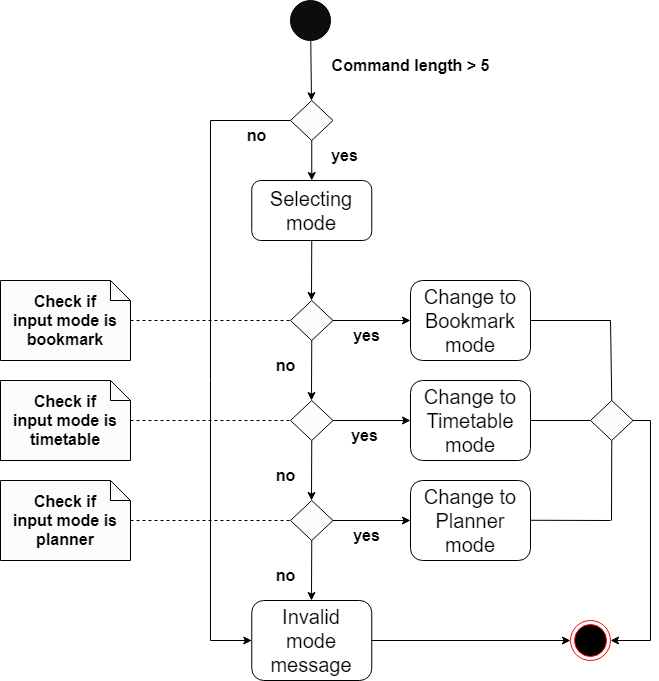
The draw.io diagram docs/diagrams/activity diagram change mode command.png in nus-cs2113-AY2021S1/tp, before a commit. Source tidied: cells renumbered, new cells last; positions are measured from the earlier drawing's top-left corner, leaving out a move shared by most shapes. Its diagram source:
```xml
<mxGraphModel>
  <root>
    <mxCell id="0" />
    <mxCell id="1" parent="0" />
    <mxCell id="2" style="ellipse;whiteSpace=wrap;html=1;strokeColor=#000000;fillColor=#0D0D0D;" parent="1" vertex="1">
      <mxGeometry x="290" width="40" height="40" as="geometry" />
    </mxCell>
    <mxCell id="3" style="rhombus;whiteSpace=wrap;html=1;strokeColor=#000000;fillColor=#FCFCFC;" parent="1" vertex="1">
      <mxGeometry x="290" y="100" width="42.5" height="40" as="geometry" />
    </mxCell>
    <mxCell id="4" style="endArrow=classic;html=1;" parent="1" edge="1" source="2" target="3">
      <mxGeometry relative="1" as="geometry" />
    </mxCell>
    <mxCell id="5" value="Command length &amp;gt; 5" style="text;strokeColor=none;fillColor=none;html=1;fontSize=16;fontStyle=1;verticalAlign=middle;align=center;" parent="1" vertex="1">
      <mxGeometry x="320" y="50" width="180" height="30" as="geometry" />
    </mxCell>
    <mxCell id="6" style="endArrow=none;html=1;fontSize=16;exitX=0;exitY=0.5;exitDx=0;exitDy=0;" parent="1" edge="1" source="3">
      <mxGeometry relative="1" as="geometry">
        <mxPoint x="210" y="120" as="targetPoint" />
      </mxGeometry>
    </mxCell>
    <mxCell id="7" value="yes" style="text;strokeColor=none;fillColor=none;html=1;fontSize=16;fontStyle=1;verticalAlign=middle;align=center;" parent="1" vertex="1">
      <mxGeometry x="310" y="140" width="67.5" height="30" as="geometry" />
    </mxCell>
    <mxCell id="8" style="endArrow=classic;html=1;fontSize=16;exitX=0.5;exitY=1;exitDx=0;exitDy=0;" parent="1" edge="1" source="3" target="9">
      <mxGeometry relative="1" as="geometry" />
    </mxCell>
    <mxCell id="9" value="&lt;font style=&quot;font-size: 20px&quot;&gt;Selecting&lt;br&gt;mode&lt;/font&gt;" style="rounded=1;whiteSpace=wrap;html=1;" parent="1" vertex="1">
      <mxGeometry x="251.2" y="180" width="120" height="60" as="geometry" />
    </mxCell>
    <mxCell id="10" style="endArrow=classic;html=1;fontSize=16;exitX=0.5;exitY=1;exitDx=0;exitDy=0;" parent="1" edge="1" source="9">
      <mxGeometry relative="1" as="geometry">
        <mxPoint x="311" y="300" as="targetPoint" />
      </mxGeometry>
    </mxCell>
    <mxCell id="11" style="rhombus;whiteSpace=wrap;html=1;strokeColor=#000000;fillColor=#FCFCFC;" parent="1" vertex="1">
      <mxGeometry x="290" y="300" width="42.5" height="40" as="geometry" />
    </mxCell>
    <mxCell id="12" style="endArrow=classic;html=1;fontSize=16;exitX=1;exitY=0.5;exitDx=0;exitDy=0;" parent="1" edge="1" source="11">
      <mxGeometry relative="1" as="geometry">
        <mxPoint x="410" y="320" as="targetPoint" />
      </mxGeometry>
    </mxCell>
    <mxCell id="13" value="&lt;span style=&quot;font-size: 20px&quot;&gt;Change to&lt;br&gt;&lt;/span&gt;&lt;font style=&quot;font-size: 20px&quot;&gt;Bookmark mode&lt;/font&gt;" style="rounded=1;whiteSpace=wrap;html=1;" parent="1" vertex="1">
      <mxGeometry x="410" y="280" width="120" height="80" as="geometry" />
    </mxCell>
    <mxCell id="14" style="endArrow=classic;html=1;fontSize=16;exitX=0.5;exitY=1;exitDx=0;exitDy=0;" parent="1" edge="1">
      <mxGeometry relative="1" as="geometry">
        <mxPoint x="311.2" y="340" as="sourcePoint" />
        <mxPoint x="311" y="400" as="targetPoint" />
      </mxGeometry>
    </mxCell>
    <mxCell id="15" style="rhombus;whiteSpace=wrap;html=1;strokeColor=#000000;fillColor=#FCFCFC;" parent="1" vertex="1">
      <mxGeometry x="290" y="400" width="42.5" height="40" as="geometry" />
    </mxCell>
    <mxCell id="16" style="endArrow=classic;html=1;fontSize=16;exitX=1;exitY=0.5;exitDx=0;exitDy=0;" parent="1" edge="1" source="15">
      <mxGeometry relative="1" as="geometry">
        <mxPoint x="410" y="420" as="targetPoint" />
      </mxGeometry>
    </mxCell>
    <mxCell id="17" value="&lt;span style=&quot;font-size: 20px&quot;&gt;Change to&lt;br&gt;&lt;/span&gt;&lt;font style=&quot;font-size: 20px&quot;&gt;Timetable mode&lt;/font&gt;" style="rounded=1;whiteSpace=wrap;html=1;" parent="1" vertex="1">
      <mxGeometry x="410" y="380" width="120" height="80" as="geometry" />
    </mxCell>
    <mxCell id="18" style="endArrow=classic;html=1;fontSize=16;exitX=0.5;exitY=1;exitDx=0;exitDy=0;" parent="1" edge="1">
      <mxGeometry relative="1" as="geometry">
        <mxPoint x="311.2" y="440" as="sourcePoint" />
        <mxPoint x="311" y="500" as="targetPoint" />
      </mxGeometry>
    </mxCell>
    <mxCell id="19" style="rhombus;whiteSpace=wrap;html=1;strokeColor=#000000;fillColor=#FCFCFC;" parent="1" vertex="1">
      <mxGeometry x="290" y="500" width="42.5" height="40" as="geometry" />
    </mxCell>
    <mxCell id="20" style="endArrow=classic;html=1;fontSize=16;exitX=1;exitY=0.5;exitDx=0;exitDy=0;" parent="1" edge="1" source="19">
      <mxGeometry relative="1" as="geometry">
        <mxPoint x="410" y="520" as="targetPoint" />
      </mxGeometry>
    </mxCell>
    <mxCell id="21" value="&lt;span style=&quot;font-size: 20px&quot;&gt;Change to&lt;br&gt;&lt;/span&gt;&lt;font style=&quot;font-size: 20px&quot;&gt;Planner mode&lt;/font&gt;" style="rounded=1;whiteSpace=wrap;html=1;" parent="1" vertex="1">
      <mxGeometry x="410" y="480" width="120" height="80" as="geometry" />
    </mxCell>
    <mxCell id="22" value="&lt;span style=&quot;font-weight: 700&quot;&gt;Check if&lt;br&gt;input mode is bookmark&lt;/span&gt;" style="shape=note;size=20;whiteSpace=wrap;html=1;strokeColor=#000000;fillColor=#FCFCFC;fontSize=16;" parent="1" vertex="1">
      <mxGeometry y="280" width="130" height="80" as="geometry" />
    </mxCell>
    <mxCell id="23" style="endArrow=none;dashed=1;html=1;fontSize=16;entryX=0;entryY=0.5;entryDx=0;entryDy=0;" parent="1" edge="1" source="22" target="11">
      <mxGeometry relative="1" as="geometry" />
    </mxCell>
    <mxCell id="24" value="&lt;span style=&quot;font-weight: 700&quot;&gt;Check if&lt;br&gt;input mode is timetable&lt;/span&gt;" style="shape=note;size=20;whiteSpace=wrap;html=1;strokeColor=#000000;fillColor=#FCFCFC;fontSize=16;" parent="1" vertex="1">
      <mxGeometry y="380" width="130" height="80" as="geometry" />
    </mxCell>
    <mxCell id="25" style="endArrow=none;dashed=1;html=1;fontSize=16;entryX=0;entryY=0.5;entryDx=0;entryDy=0;" parent="1" edge="1" source="24">
      <mxGeometry relative="1" as="geometry">
        <mxPoint x="290" y="420" as="targetPoint" />
      </mxGeometry>
    </mxCell>
    <mxCell id="26" value="&lt;span style=&quot;font-weight: 700&quot;&gt;Check if&lt;br&gt;input mode is planner&lt;/span&gt;" style="shape=note;size=20;whiteSpace=wrap;html=1;strokeColor=#000000;fillColor=#FCFCFC;fontSize=16;" parent="1" vertex="1">
      <mxGeometry y="480" width="130" height="80" as="geometry" />
    </mxCell>
    <mxCell id="27" style="endArrow=none;dashed=1;html=1;fontSize=16;entryX=0;entryY=0.5;entryDx=0;entryDy=0;" parent="1" edge="1" source="26">
      <mxGeometry relative="1" as="geometry">
        <mxPoint x="290" y="520" as="targetPoint" />
      </mxGeometry>
    </mxCell>
    <mxCell id="28" value="yes" style="text;strokeColor=none;fillColor=none;html=1;fontSize=16;fontStyle=1;verticalAlign=middle;align=center;" parent="1" vertex="1">
      <mxGeometry x="332.5" y="320" width="67.5" height="30" as="geometry" />
    </mxCell>
    <mxCell id="29" value="yes" style="text;strokeColor=none;fillColor=none;html=1;fontSize=16;fontStyle=1;verticalAlign=middle;align=center;" parent="1" vertex="1">
      <mxGeometry x="330" y="420" width="67.5" height="30" as="geometry" />
    </mxCell>
    <mxCell id="30" value="yes" style="text;strokeColor=none;fillColor=none;html=1;fontSize=16;fontStyle=1;verticalAlign=middle;align=center;" parent="1" vertex="1">
      <mxGeometry x="332.5" y="520" width="67.5" height="30" as="geometry" />
    </mxCell>
    <mxCell id="31" value="no" style="text;strokeColor=none;fillColor=none;html=1;fontSize=16;fontStyle=1;verticalAlign=middle;align=center;" parent="1" vertex="1">
      <mxGeometry x="251.2" y="350" width="67.5" height="30" as="geometry" />
    </mxCell>
    <mxCell id="32" value="no" style="text;strokeColor=none;fillColor=none;html=1;fontSize=16;fontStyle=1;verticalAlign=middle;align=center;" parent="1" vertex="1">
      <mxGeometry x="251.2" y="460" width="67.5" height="30" as="geometry" />
    </mxCell>
    <mxCell id="33" style="endArrow=classic;html=1;fontSize=16;exitX=0.5;exitY=1;exitDx=0;exitDy=0;" parent="1" edge="1" source="19">
      <mxGeometry relative="1" as="geometry">
        <mxPoint x="311" y="600" as="targetPoint" />
      </mxGeometry>
    </mxCell>
    <mxCell id="34" value="no" style="text;strokeColor=none;fillColor=none;html=1;fontSize=16;fontStyle=1;verticalAlign=middle;align=center;" parent="1" vertex="1">
      <mxGeometry x="251.2" y="560" width="67.5" height="30" as="geometry" />
    </mxCell>
    <mxCell id="35" value="&lt;font style=&quot;font-size: 20px&quot;&gt;Invalid&lt;br&gt;mode&lt;br&gt;message&lt;/font&gt;" style="rounded=1;whiteSpace=wrap;html=1;" parent="1" vertex="1">
      <mxGeometry x="251.2" y="600" width="120" height="80" as="geometry" />
    </mxCell>
    <mxCell id="36" style="endArrow=none;html=1;fontSize=16;" parent="1" edge="1">
      <mxGeometry relative="1" as="geometry">
        <mxPoint x="210" y="640" as="sourcePoint" />
        <mxPoint x="210" y="120" as="targetPoint" />
      </mxGeometry>
    </mxCell>
    <mxCell id="37" style="endArrow=classic;html=1;fontSize=16;entryX=0;entryY=0.5;entryDx=0;entryDy=0;" parent="1" edge="1" target="35">
      <mxGeometry relative="1" as="geometry">
        <mxPoint x="210" y="640" as="sourcePoint" />
      </mxGeometry>
    </mxCell>
    <mxCell id="38" style="ellipse;html=1;shape=endState;fillColor=#000000;strokeColor=#ff0000;fontSize=16;" parent="1" vertex="1">
      <mxGeometry x="570" y="620" width="40" height="40" as="geometry" />
    </mxCell>
    <mxCell id="39" style="endArrow=classic;html=1;fontSize=16;exitX=1;exitY=0.5;exitDx=0;exitDy=0;" parent="1" edge="1" source="35">
      <mxGeometry relative="1" as="geometry">
        <mxPoint x="570" y="640" as="targetPoint" />
      </mxGeometry>
    </mxCell>
    <mxCell id="40" style="endArrow=none;html=1;fontSize=16;exitX=1;exitY=0.5;exitDx=0;exitDy=0;" parent="1" edge="1" source="13">
      <mxGeometry relative="1" as="geometry">
        <mxPoint x="610" y="320" as="targetPoint" />
      </mxGeometry>
    </mxCell>
    <mxCell id="41" style="endArrow=classic;html=1;fontSize=16;entryX=1;entryY=0.5;entryDx=0;entryDy=0;" parent="1" edge="1" target="38">
      <mxGeometry relative="1" as="geometry">
        <mxPoint x="650" y="640" as="sourcePoint" />
      </mxGeometry>
    </mxCell>
    <mxCell id="42" style="endArrow=none;html=1;fontSize=16;exitX=1;exitY=0.5;exitDx=0;exitDy=0;entryX=0;entryY=0.5;entryDx=0;entryDy=0;" parent="1" edge="1" target="45">
      <mxGeometry relative="1" as="geometry">
        <mxPoint x="530" y="420" as="sourcePoint" />
      </mxGeometry>
    </mxCell>
    <mxCell id="43" style="endArrow=none;html=1;fontSize=16;exitX=1;exitY=0.5;exitDx=0;exitDy=0;" parent="1" edge="1">
      <mxGeometry relative="1" as="geometry">
        <mxPoint x="530" y="519.8" as="sourcePoint" />
        <mxPoint x="610" y="520" as="targetPoint" />
      </mxGeometry>
    </mxCell>
    <mxCell id="44" value="no" style="text;strokeColor=none;fillColor=none;html=1;fontSize=16;fontStyle=1;verticalAlign=middle;align=center;" parent="1" vertex="1">
      <mxGeometry x="222.5" y="120" width="67.5" height="30" as="geometry" />
    </mxCell>
    <mxCell id="45" style="rhombus;whiteSpace=wrap;html=1;strokeColor=#000000;fillColor=#FCFCFC;" parent="1" vertex="1">
      <mxGeometry x="590" y="400" width="42.5" height="40" as="geometry" />
    </mxCell>
    <mxCell id="46" style="endArrow=none;html=1;fontSize=16;exitX=0.5;exitY=1;exitDx=0;exitDy=0;" parent="1" edge="1" source="45">
      <mxGeometry relative="1" as="geometry">
        <mxPoint x="611" y="520" as="targetPoint" />
      </mxGeometry>
    </mxCell>
    <mxCell id="47" style="endArrow=none;html=1;fontSize=16;entryX=0.5;entryY=0;entryDx=0;entryDy=0;" parent="1" edge="1" target="45">
      <mxGeometry relative="1" as="geometry">
        <mxPoint x="610" y="320" as="sourcePoint" />
      </mxGeometry>
    </mxCell>
    <mxCell id="48" style="endArrow=none;html=1;fontSize=16;entryX=1;entryY=0.5;entryDx=0;entryDy=0;" parent="1" edge="1" target="45">
      <mxGeometry relative="1" as="geometry">
        <mxPoint x="650" y="420" as="sourcePoint" />
      </mxGeometry>
    </mxCell>
    <mxCell id="49" style="endArrow=none;html=1;fontSize=16;" parent="1" edge="1">
      <mxGeometry relative="1" as="geometry">
        <mxPoint x="650" y="640" as="sourcePoint" />
        <mxPoint x="650" y="420" as="targetPoint" />
      </mxGeometry>
    </mxCell>
  </root>
</mxGraphModel>
```
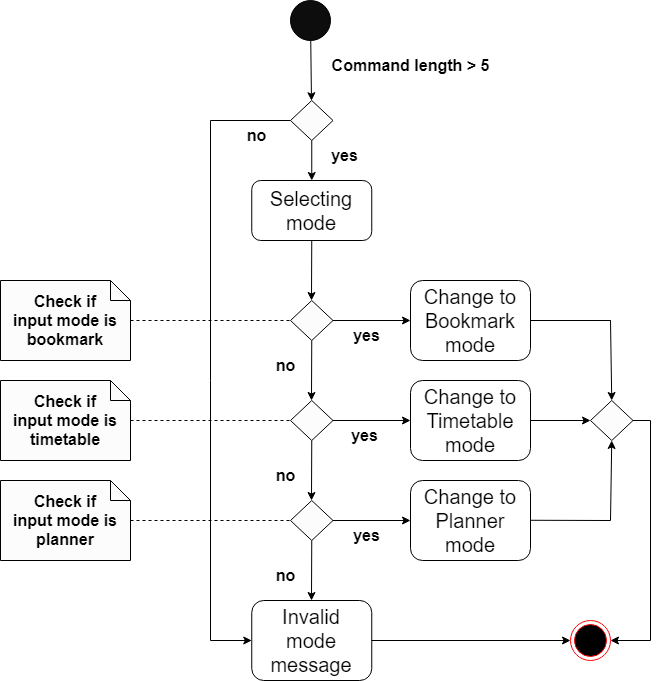
After the commit.

Commit message:
Signed-off-by: tys <tanyushing@outlook.sg>

What changed in the source:
```diff
@@ -155,11 +155,6 @@
         <mxPoint x="650" y="640" as="sourcePoint" />
       </mxGeometry>
     </mxCell>
-    <mxCell id="42" style="endArrow=none;html=1;fontSize=16;exitX=1;exitY=0.5;exitDx=0;exitDy=0;entryX=0;entryY=0.5;entryDx=0;entryDy=0;" parent="1" edge="1" target="45">
-      <mxGeometry relative="1" as="geometry">
-        <mxPoint x="530" y="420" as="sourcePoint" />
-      </mxGeometry>
-    </mxCell>
     <mxCell id="43" style="endArrow=none;html=1;fontSize=16;exitX=1;exitY=0.5;exitDx=0;exitDy=0;" parent="1" edge="1">
       <mxGeometry relative="1" as="geometry">
         <mxPoint x="530" y="519.8" as="sourcePoint" />
@@ -172,16 +167,6 @@
     <mxCell id="45" style="rhombus;whiteSpace=wrap;html=1;strokeColor=#000000;fillColor=#FCFCFC;" parent="1" vertex="1">
       <mxGeometry x="590" y="400" width="42.5" height="40" as="geometry" />
     </mxCell>
-    <mxCell id="46" style="endArrow=none;html=1;fontSize=16;exitX=0.5;exitY=1;exitDx=0;exitDy=0;" parent="1" edge="1" source="45">
-      <mxGeometry relative="1" as="geometry">
-        <mxPoint x="611" y="520" as="targetPoint" />
-      </mxGeometry>
-    </mxCell>
-    <mxCell id="47" style="endArrow=none;html=1;fontSize=16;entryX=0.5;entryY=0;entryDx=0;entryDy=0;" parent="1" edge="1" target="45">
-      <mxGeometry relative="1" as="geometry">
-        <mxPoint x="610" y="320" as="sourcePoint" />
-      </mxGeometry>
-    </mxCell>
     <mxCell id="48" style="endArrow=none;html=1;fontSize=16;entryX=1;entryY=0.5;entryDx=0;entryDy=0;" parent="1" edge="1" target="45">
       <mxGeometry relative="1" as="geometry">
         <mxPoint x="650" y="420" as="sourcePoint" />
@@ -193,5 +178,18 @@
         <mxPoint x="650" y="420" as="targetPoint" />
       </mxGeometry>
     </mxCell>
+    <mxCell id="50" style="endArrow=classic;html=1;entryX=0.5;entryY=0;entryDx=0;entryDy=0;" parent="1" edge="1" target="45">
+      <mxGeometry relative="1" as="geometry">
+        <mxPoint x="610" y="319.8" as="sourcePoint" />
+      </mxGeometry>
+    </mxCell>
+    <mxCell id="51" style="endArrow=classic;html=1;entryX=0;entryY=0.5;entryDx=0;entryDy=0;exitX=1;exitY=0.5;exitDx=0;exitDy=0;" parent="1" edge="1" source="17" target="45">
+      <mxGeometry relative="1" as="geometry" />
+    </mxCell>
+    <mxCell id="52" style="endArrow=classic;html=1;entryX=0.5;entryY=1;entryDx=0;entryDy=0;" parent="1" edge="1" target="45">
+      <mxGeometry relative="1" as="geometry">
+        <mxPoint x="610" y="520" as="sourcePoint" />
+      </mxGeometry>
+    </mxCell>
   </root>
 </mxGraphModel>
```
